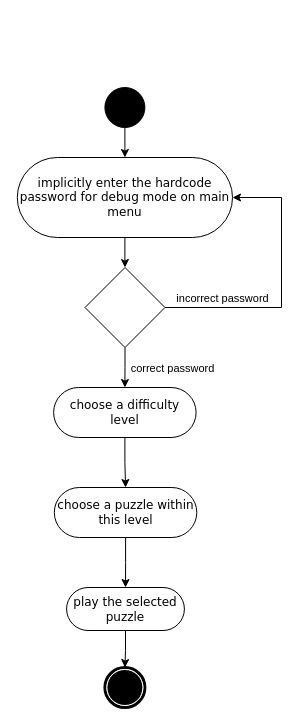
This is debug.drawio from maxinimize/uml, a draw.io file, before an edit. Source tidied: cells renumbered, new cells numbered last; positions are measured from the earlier drawing's top-left corner, leaving out a move shared by most shapes. Both pictures are drawn from the tidied source at 100%, with x=0, y=0 at pixel (17, 87).
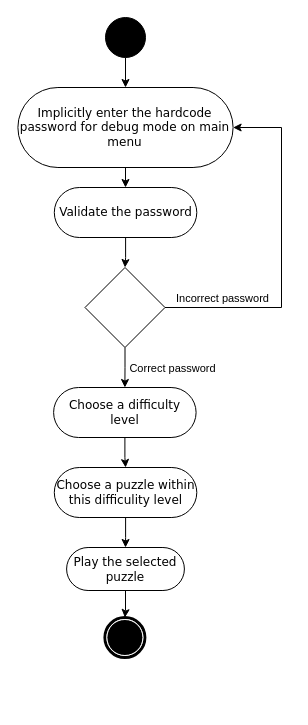
The same diagram, later.

Unchanged cells that the change refers to:
```xml
<mxCell id="13" style="edgeStyle=orthogonalEdgeStyle;rounded=0;jettySize=auto;html=1;" parent="1" edge="1" source="15" target="3">
  <mxGeometry relative="1" as="geometry" />
</mxCell>
<mxCell id="15" style="rhombus;whiteSpace=wrap;html=1;" parent="1" vertex="1">
  <mxGeometry x="67.5" y="180" width="80" height="80" as="geometry" />
</mxCell>
```

What changed in the source:
```diff
@@
-    <mxCell id="3" value="choose a difficulty level" style="rounded=1;whiteSpace=wrap;html=1;shadow=0;comic=0;labelBackgroundColor=none;strokeWidth=1;fontFamily=Verdana;fontSize=12;align=center;arcSize=50;" parent="1" vertex="1">
+    <mxCell id="3" value="Choose a difficulty level" style="rounded=1;whiteSpace=wrap;html=1;shadow=0;comic=0;labelBackgroundColor=none;strokeWidth=1;fontFamily=Verdana;fontSize=12;align=center;arcSize=50;" parent="1" vertex="1">
       <mxGeometry x="36.1" y="300" width="142.5" height="50" as="geometry" />
     </mxCell>
@@
     <mxCell id="5" style="ellipse;whiteSpace=wrap;html=1;rounded=0;shadow=0;comic=0;labelBackgroundColor=none;strokeWidth=1;fillColor=#000000;fontFamily=Verdana;fontSize=12;align=center;" parent="1" vertex="1">
-      <mxGeometry x="87.4" width="40" height="40" as="geometry" />
+      <mxGeometry x="88" y="-70" width="40" height="40" as="geometry" />
     </mxCell>
@@
-    <mxCell id="7" value="play the selected puzzle" style="rounded=1;whiteSpace=wrap;html=1;shadow=0;comic=0;labelBackgroundColor=none;strokeWidth=1;fontFamily=Verdana;fontSize=12;align=center;arcSize=50;" parent="1" vertex="1">
-      <mxGeometry x="49.1" y="500" width="117.8" height="43" as="geometry" />
+    <mxCell id="7" value="Play the selected puzzle" style="rounded=1;whiteSpace=wrap;html=1;shadow=0;comic=0;labelBackgroundColor=none;strokeWidth=1;fontFamily=Verdana;fontSize=12;align=center;arcSize=50;" parent="1" vertex="1">
+      <mxGeometry x="49.1" y="460" width="117.8" height="43" as="geometry" />
     </mxCell>
     <mxCell id="8" style="shape=mxgraph.bpmn.shape;html=1;verticalLabelPosition=bottom;labelBackgroundColor=#ffffff;verticalAlign=top;perimeter=ellipsePerimeter;outline=end;symbol=terminate;rounded=0;shadow=0;comic=0;strokeWidth=1;fontFamily=Verdana;fontSize=12;align=center;" parent="1" vertex="1">
-      <mxGeometry x="87.4" y="580" width="40" height="40" as="geometry" />
+      <mxGeometry x="87.4" y="530" width="40" height="40" as="geometry" />
     </mxCell>
-    <mxCell id="9" style="edgeStyle=orthogonalEdgeStyle;rounded=0;jettySize=auto;html=1;" parent="1" edge="1" source="10" target="15">
-      <mxGeometry relative="1" as="geometry" />
-    </mxCell>
+    <mxCell id="18" style="edgeStyle=orthogonalEdgeStyle;rounded=0;jettySize=auto;html=1;" parent="1" edge="1" source="10" target="20">
+      <mxGeometry relative="1" as="geometry" />
+    </mxCell>
-    <mxCell id="10" value="implicitly enter the hardcode password for debug mode on main menu" style="rounded=1;whiteSpace=wrap;html=1;shadow=0;comic=0;labelBackgroundColor=none;strokeWidth=1;fontFamily=Verdana;fontSize=12;align=center;arcSize=50;" parent="1" vertex="1">
-      <mxGeometry x="-0.2" y="70" width="215.2" height="80" as="geometry" />
+    <mxCell id="10" value="Implicitly enter the hardcode password for debug mode on main menu" style="rounded=1;whiteSpace=wrap;html=1;shadow=0;comic=0;labelBackgroundColor=none;strokeWidth=1;fontFamily=Verdana;fontSize=12;align=center;arcSize=50;" parent="1" vertex="1">
+      <mxGeometry x="0.4" width="215.2" height="80" as="geometry" />
     </mxCell>
     <mxCell id="11" style="edgeStyle=orthogonalEdgeStyle;rounded=0;jettySize=auto;html=1;entryX=1;entryY=0.5;entryDx=0;entryDy=0;" parent="1" edge="1" source="15" target="10">
       <mxGeometry relative="1" as="geometry">
         <Array as="points">
           <mxPoint x="264" y="220" />
-          <mxPoint x="264" y="110" />
+          <mxPoint x="264" y="40" />
         </Array>
       </mxGeometry>
     </mxCell>
-    <mxCell id="12" value="incorrect password" style="edgeLabel;html=1;align=center;verticalAlign=middle;" parent="11" vertex="1">
+    <mxCell id="12" value="Incorrect password" style="edgeLabel;html=1;align=center;verticalAlign=middle;" parent="11" vertex="1">
       <mxGeometry x="0.21" y="3" relative="1" as="geometry">
-        <mxPoint x="-57" y="41" as="offset" />
+        <mxPoint x="-57" y="83" as="offset" />
       </mxGeometry>
     </mxCell>
@@
-    <mxCell id="14" value="correct password" style="edgeLabel;html=1;align=center;verticalAlign=middle;" parent="13" vertex="1">
+    <mxCell id="14" value="Correct password" style="edgeLabel;html=1;align=center;verticalAlign=middle;" parent="13" vertex="1">
       <mxGeometry x="-0.45" y="-1" relative="1" as="geometry">
         <mxPoint x="48" y="9" as="offset" />
       </mxGeometry>
     </mxCell>
@@
-    <mxCell id="17" value="choose a puzzle within this level" style="rounded=1;whiteSpace=wrap;html=1;shadow=0;comic=0;labelBackgroundColor=none;strokeWidth=1;fontFamily=Verdana;fontSize=12;align=center;arcSize=50;" parent="1" vertex="1">
-      <mxGeometry x="36.8" y="400" width="142.5" height="50" as="geometry" />
+    <mxCell id="17" value="Choose a puzzle within this difficulity level" style="rounded=1;whiteSpace=wrap;html=1;shadow=0;comic=0;labelBackgroundColor=none;strokeWidth=1;fontFamily=Verdana;fontSize=12;align=center;arcSize=50;" parent="1" vertex="1">
+      <mxGeometry x="36.8" y="380" width="142.5" height="50" as="geometry" />
     </mxCell>
+    <mxCell id="19" style="edgeStyle=orthogonalEdgeStyle;rounded=0;jettySize=auto;html=1;" parent="1" edge="1" source="20" target="15">
+      <mxGeometry relative="1" as="geometry" />
+    </mxCell>
+    <mxCell id="20" value="Validate the password" style="rounded=1;whiteSpace=wrap;html=1;shadow=0;comic=0;labelBackgroundColor=none;strokeWidth=1;fontFamily=Verdana;fontSize=12;align=center;arcSize=50;" parent="1" vertex="1">
+      <mxGeometry x="36.8" y="100" width="142.5" height="50" as="geometry" />
+    </mxCell>
```
